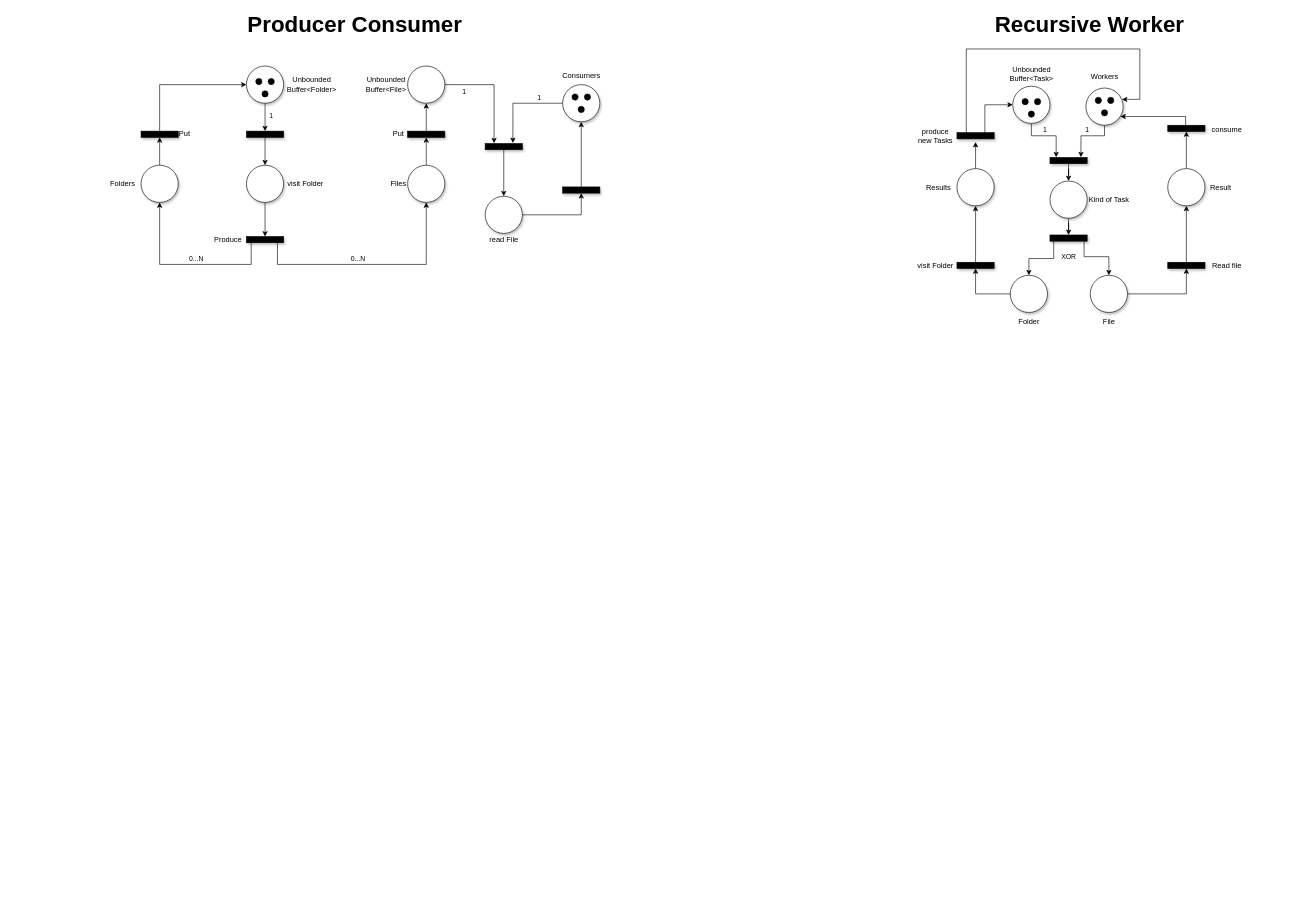
This is report/pcd-schemas.drawio from manuandru/pcd-assignment-01, a draw.io file, before an edit. Source tidied: cells renumbered, new cells numbered last; positions are measured from the earlier drawing's top-left corner, leaving out a move shared by most shapes. Both pictures are drawn from the tidied source at 62%, with x=0, y=0 at pixel (104, 14).
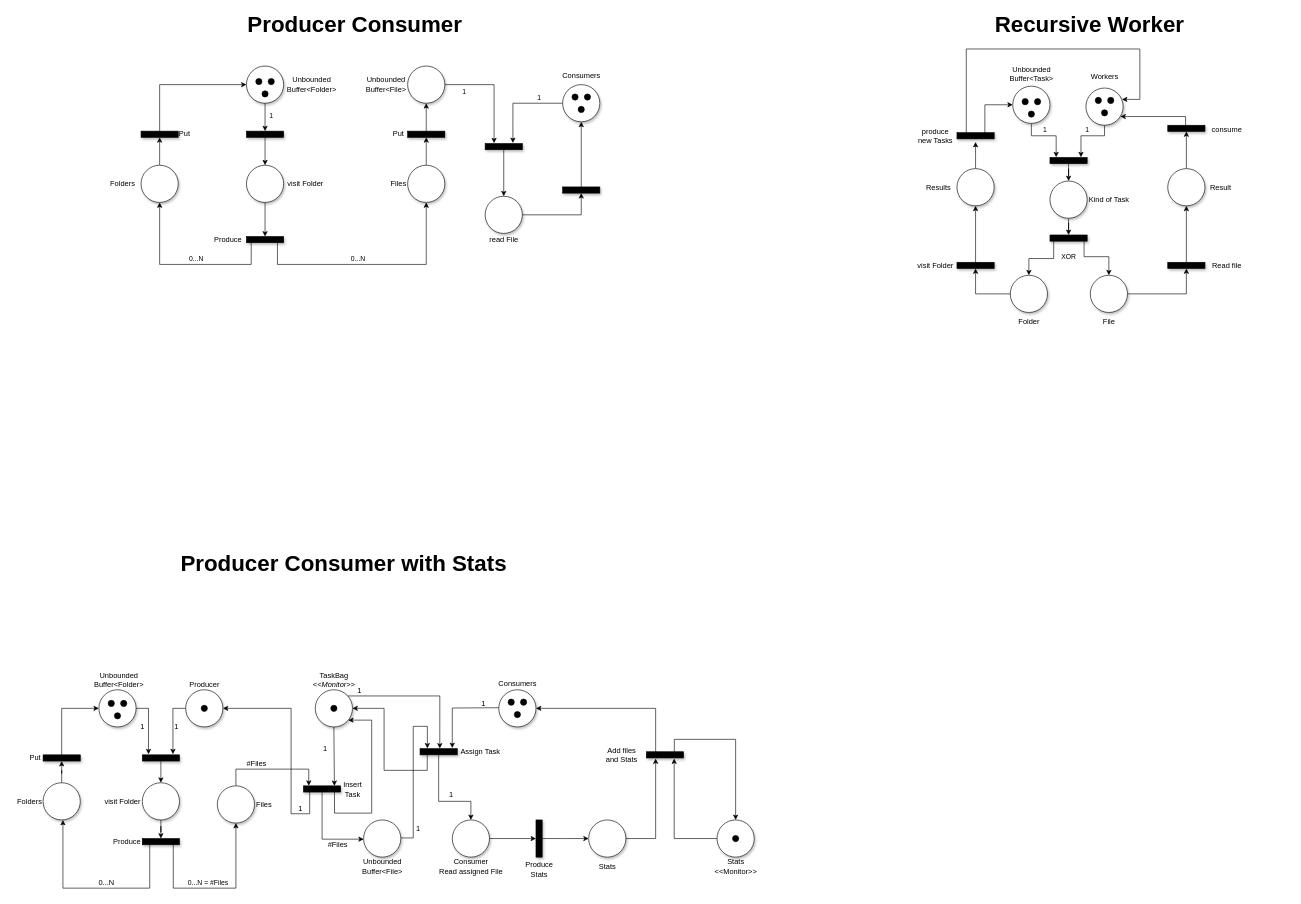
Above is the later version.

Commit message:
Aggiorna pcd-schemas.drawio con part-01 schema

Diff of the diagram source:
```diff
@@
+    <mxCell id="98" style="edgeStyle=orthogonalEdgeStyle;rounded=0;orthogonalLoop=1;jettySize=auto;html=1;exitX=0.904;exitY=0.813;exitDx=0;exitDy=0;exitPerimeter=0;entryX=0.5;entryY=1;entryDx=0;entryDy=0;" parent="1" edge="1">
+      <mxGeometry relative="1" as="geometry">
+        <mxPoint x="75.2" y="1338" as="sourcePoint" />
+        <mxPoint x="-66" y="1299" as="targetPoint" />
+        <Array as="points">
+          <mxPoint x="74" y="1338" />
+          <mxPoint x="74" y="1409" />
+          <mxPoint x="-66" y="1409" />
+        </Array>
+      </mxGeometry>
+    </mxCell>
+    <mxCell id="99" value="&lt;font style=&quot;font-size: 12px;&quot;&gt;0...N&lt;/font&gt;" style="edgeLabel;html=1;align=center;verticalAlign=middle;" parent="98" vertex="1">
+      <mxGeometry x="-0.15" relative="1" as="geometry">
+        <mxPoint x="-6" y="-10" as="offset" />
+      </mxGeometry>
+    </mxCell>
+    <mxCell id="100" style="edgeStyle=orthogonalEdgeStyle;rounded=0;jettySize=auto;html=1;entryX=0.5;entryY=1;entryDx=0;entryDy=0;" parent="1" edge="1" target="122">
+      <mxGeometry relative="1" as="geometry">
+        <mxPoint x="93" y="1334" as="sourcePoint" />
+        <Array as="points">
+          <mxPoint x="112" y="1334" />
+          <mxPoint x="112" y="1409" />
+          <mxPoint x="213" y="1409" />
+        </Array>
+      </mxGeometry>
+    </mxCell>
+    <mxCell id="101" style="html=1;points=[];perimeter=orthogonalPerimeter;fillColor=#000000;rotation=90;shadow=1;" parent="1" vertex="1">
+      <mxGeometry x="87" y="1304" width="10" height="60" as="geometry" />
+    </mxCell>
+    <mxCell id="102" style="edgeStyle=orthogonalEdgeStyle;rounded=0;jettySize=auto;html=1;" parent="1" edge="1" source="103" target="101">
+      <mxGeometry relative="1" as="geometry" />
+    </mxCell>
+    <mxCell id="103" style="ellipse;whiteSpace=wrap;html=1;strokeColor=#000000;fillColor=#FFFFFF;shadow=1;" parent="1" vertex="1">
+      <mxGeometry x="62" y="1239" width="60" height="60" as="geometry" />
+    </mxCell>
+    <mxCell id="104" style="edgeStyle=orthogonalEdgeStyle;rounded=0;jettySize=auto;html=1;" parent="1" edge="1" source="105" target="116">
+      <mxGeometry relative="1" as="geometry" />
+    </mxCell>
+    <mxCell id="105" style="ellipse;whiteSpace=wrap;html=1;strokeColor=#000000;fillColor=#FFFFFF;shadow=1;" parent="1" vertex="1">
+      <mxGeometry x="-98" y="1239" width="60" height="60" as="geometry" />
+    </mxCell>
+    <mxCell id="106" value="Produce" style="text;html=1;align=center;verticalAlign=middle;strokeColor=none;fillColor=none;" parent="1" vertex="1">
+      <mxGeometry x="2" y="1319" width="70" height="30" as="geometry" />
+    </mxCell>
+    <mxCell id="107" value="&lt;font style=&quot;font-size: 12px;&quot;&gt;1&lt;/font&gt;" style="edgeStyle=orthogonalEdgeStyle;rounded=0;jettySize=auto;html=1;exitX=1;exitY=0.5;exitDx=0;exitDy=0;" parent="1" edge="1" source="108">
+      <mxGeometry x="0.06" y="-10" relative="1" as="geometry">
+        <mxPoint x="72" y="1193" as="targetPoint" />
+        <Array as="points">
+          <mxPoint x="72" y="1119" />
+        </Array>
+      </mxGeometry>
+    </mxCell>
+    <mxCell id="108" style="ellipse;whiteSpace=wrap;html=1;strokeColor=#000000;fillColor=#FFFFFF;shadow=1;" parent="1" vertex="1">
+      <mxGeometry x="-8" y="1089" width="60" height="60" as="geometry" />
+    </mxCell>
+    <mxCell id="109" style="edgeStyle=orthogonalEdgeStyle;rounded=0;jettySize=auto;html=1;" parent="1" edge="1" source="110" target="103">
+      <mxGeometry relative="1" as="geometry">
+        <Array as="points">
+          <mxPoint x="92" y="1279" />
+        </Array>
+      </mxGeometry>
+    </mxCell>
+    <mxCell id="110" style="html=1;points=[];perimeter=orthogonalPerimeter;fillColor=#000000;rotation=90;shadow=1;" parent="1" vertex="1">
+      <mxGeometry x="87" y="1169" width="10" height="60" as="geometry" />
+    </mxCell>
+    <mxCell id="111" value="Unbounded&lt;br&gt;Buffer&amp;lt;File&amp;gt;" style="text;html=1;align=center;verticalAlign=middle;strokeColor=none;fillColor=none;" parent="1" vertex="1">
+      <mxGeometry x="404" y="1353.9" width="90" height="40" as="geometry" />
+    </mxCell>
+    <mxCell id="112" value="Unbounded&lt;br&gt;Buffer&amp;lt;Folder&amp;gt;" style="text;html=1;align=center;verticalAlign=middle;strokeColor=none;fillColor=none;" parent="1" vertex="1">
+      <mxGeometry x="-26" y="1053" width="100" height="40" as="geometry" />
+    </mxCell>
+    <mxCell id="113" value="Files" style="text;html=1;align=center;verticalAlign=middle;strokeColor=none;fillColor=none;" parent="1" vertex="1">
+      <mxGeometry x="233" y="1259" width="50" height="30" as="geometry" />
+    </mxCell>
+    <mxCell id="114" value="Folders" style="text;html=1;align=center;verticalAlign=middle;strokeColor=none;fillColor=none;" parent="1" vertex="1">
+      <mxGeometry x="-150" y="1254" width="60" height="30" as="geometry" />
+    </mxCell>
+    <mxCell id="115" style="edgeStyle=orthogonalEdgeStyle;rounded=0;jettySize=auto;html=1;entryX=0;entryY=0.5;entryDx=0;entryDy=0;" parent="1" edge="1" source="116" target="108">
+      <mxGeometry relative="1" as="geometry">
+        <Array as="points">
+          <mxPoint x="-68" y="1119" />
+        </Array>
+      </mxGeometry>
+    </mxCell>
+    <mxCell id="116" style="html=1;points=[];perimeter=orthogonalPerimeter;fillColor=#000000;rotation=90;shadow=1;" parent="1" vertex="1">
+      <mxGeometry x="-73" y="1169" width="10" height="60" as="geometry" />
+    </mxCell>
+    <mxCell id="117" value="Put" style="text;html=1;align=center;verticalAlign=middle;strokeColor=none;fillColor=none;" parent="1" vertex="1">
+      <mxGeometry x="-131" y="1184" width="40" height="30" as="geometry" />
+    </mxCell>
+    <mxCell id="118" style="ellipse;whiteSpace=wrap;html=1;strokeColor=#000000;fillColor=#000000;" parent="1" vertex="1">
+      <mxGeometry x="7" y="1106" width="10" height="10" as="geometry" />
+    </mxCell>
+    <mxCell id="119" style="ellipse;whiteSpace=wrap;html=1;strokeColor=#000000;fillColor=#000000;" parent="1" vertex="1">
+      <mxGeometry x="27" y="1106" width="10" height="10" as="geometry" />
+    </mxCell>
+    <mxCell id="120" style="ellipse;whiteSpace=wrap;html=1;strokeColor=#000000;fillColor=#000000;" parent="1" vertex="1">
+      <mxGeometry x="17" y="1126" width="10" height="10" as="geometry" />
+    </mxCell>
+    <mxCell id="121" style="edgeStyle=orthogonalEdgeStyle;rounded=0;jettySize=auto;html=1;entryX=-0.019;entryY=0.858;entryDx=0;entryDy=0;entryPerimeter=0;exitX=0.5;exitY=0;exitDx=0;exitDy=0;" parent="1" edge="1" source="122" target="140">
+      <mxGeometry relative="1" as="geometry">
+        <Array as="points">
+          <mxPoint x="242" y="1217" />
+          <mxPoint x="331" y="1217" />
+          <mxPoint x="331" y="1244" />
+        </Array>
+      </mxGeometry>
+    </mxCell>
+    <mxCell id="122" style="ellipse;whiteSpace=wrap;html=1;strokeColor=#000000;fillColor=#FFFFFF;shadow=1;" parent="1" vertex="1">
+      <mxGeometry x="183" y="1244" width="60" height="60" as="geometry" />
+    </mxCell>
+    <mxCell id="123" value="visit Folder" style="text;html=1;align=center;verticalAlign=middle;strokeColor=none;fillColor=none;" parent="1" vertex="1">
+      <mxGeometry x="-10" y="1254" width="80" height="30" as="geometry" />
+    </mxCell>
+    <mxCell id="124" style="edgeStyle=orthogonalEdgeStyle;rounded=0;jettySize=auto;html=1;entryX=-0.096;entryY=0.134;entryDx=0;entryDy=0;entryPerimeter=0;" parent="1" edge="1" target="150">
+      <mxGeometry relative="1" as="geometry">
+        <mxPoint x="637" y="1118" as="sourcePoint" />
+      </mxGeometry>
+    </mxCell>
+    <mxCell id="125" style="ellipse;whiteSpace=wrap;html=1;strokeColor=#000000;fillColor=#FFFFFF;shadow=1;" parent="1" vertex="1">
+      <mxGeometry x="637" y="1089" width="60" height="60" as="geometry" />
+    </mxCell>
+    <mxCell id="126" style="ellipse;whiteSpace=wrap;html=1;strokeColor=#000000;fillColor=#000000;" parent="1" vertex="1">
+      <mxGeometry x="652" y="1104" width="10" height="10" as="geometry" />
+    </mxCell>
+    <mxCell id="127" style="ellipse;whiteSpace=wrap;html=1;strokeColor=#000000;fillColor=#000000;" parent="1" vertex="1">
+      <mxGeometry x="672" y="1104" width="10" height="10" as="geometry" />
+    </mxCell>
+    <mxCell id="128" style="ellipse;whiteSpace=wrap;html=1;strokeColor=#000000;fillColor=#000000;" parent="1" vertex="1">
+      <mxGeometry x="662" y="1124" width="10" height="10" as="geometry" />
+    </mxCell>
+    <mxCell id="129" value="Consumers&lt;br&gt;" style="text;html=1;align=center;verticalAlign=middle;strokeColor=none;fillColor=none;" parent="1" vertex="1">
+      <mxGeometry x="627" y="1064" width="80" height="30" as="geometry" />
+    </mxCell>
+    <mxCell id="130" style="edgeStyle=orthogonalEdgeStyle;rounded=0;jettySize=auto;html=1;" parent="1" edge="1" source="131" target="165">
+      <mxGeometry relative="1" as="geometry" />
+    </mxCell>
+    <mxCell id="131" style="ellipse;whiteSpace=wrap;html=1;strokeColor=#000000;fillColor=#FFFFFF;shadow=1;" parent="1" vertex="1">
+      <mxGeometry x="562" y="1299" width="60" height="60" as="geometry" />
+    </mxCell>
+    <mxCell id="132" value="Produce&lt;br&gt;Stats" style="text;html=1;align=center;verticalAlign=middle;strokeColor=none;fillColor=none;" parent="1" vertex="1">
+      <mxGeometry x="667" y="1359" width="70" height="40" as="geometry" />
+    </mxCell>
+    <mxCell id="133" value="0...N = #Files" style="edgeLabel;html=1;align=center;verticalAlign=middle;" parent="1" vertex="1">
+      <mxGeometry x="167" y="1399" as="geometry" />
+    </mxCell>
+    <mxCell id="134" style="edgeStyle=orthogonalEdgeStyle;rounded=0;jettySize=auto;html=1;exitX=0.5;exitY=1;exitDx=0;exitDy=0;entryX=0.001;entryY=0.169;entryDx=0;entryDy=0;entryPerimeter=0;" parent="1" edge="1" source="136" target="140">
+      <mxGeometry relative="1" as="geometry">
+        <Array as="points">
+          <mxPoint x="372" y="1149" />
+          <mxPoint x="372" y="1243" />
+        </Array>
+      </mxGeometry>
+    </mxCell>
+    <mxCell id="135" style="edgeStyle=orthogonalEdgeStyle;rounded=0;jettySize=auto;html=1;entryX=-0.03;entryY=0.469;entryDx=0;entryDy=0;entryPerimeter=0;" parent="1" edge="1" source="136" target="150">
+      <mxGeometry relative="1" as="geometry">
+        <Array as="points">
+          <mxPoint x="542" y="1099" />
+        </Array>
+      </mxGeometry>
+    </mxCell>
+    <mxCell id="136" style="ellipse;whiteSpace=wrap;html=1;strokeColor=#000000;fillColor=#FFFFFF;shadow=1;" parent="1" vertex="1">
+      <mxGeometry x="341" y="1089" width="60" height="60" as="geometry" />
+    </mxCell>
+    <mxCell id="137" style="edgeStyle=orthogonalEdgeStyle;rounded=0;jettySize=auto;html=1;" parent="1" edge="1" source="140" target="136">
+      <mxGeometry relative="1" as="geometry">
+        <Array as="points">
+          <mxPoint x="372" y="1248" />
+          <mxPoint x="372" y="1288" />
+          <mxPoint x="432" y="1288" />
+          <mxPoint x="432" y="1138" />
+        </Array>
+      </mxGeometry>
+    </mxCell>
+    <mxCell id="138" style="edgeStyle=orthogonalEdgeStyle;rounded=0;jettySize=auto;html=1;" parent="1" edge="1" source="140">
+      <mxGeometry relative="1" as="geometry">
+        <mxPoint x="419.2" y="1330" as="targetPoint" />
+        <Array as="points">
+          <mxPoint x="352" y="1330" />
+        </Array>
+      </mxGeometry>
+    </mxCell>
+    <mxCell id="139" style="edgeStyle=orthogonalEdgeStyle;rounded=0;jettySize=auto;html=1;entryX=1;entryY=0.5;entryDx=0;entryDy=0;" parent="1" edge="1" source="140" target="155">
+      <mxGeometry relative="1" as="geometry">
+        <Array as="points">
+          <mxPoint x="332" y="1249" />
+          <mxPoint x="332" y="1289" />
+          <mxPoint x="302" y="1289" />
+          <mxPoint x="302" y="1119" />
+        </Array>
+      </mxGeometry>
+    </mxCell>
+    <mxCell id="140" style="html=1;points=[];perimeter=orthogonalPerimeter;fillColor=#000000;rotation=90;shadow=1;" parent="1" vertex="1">
+      <mxGeometry x="347" y="1219" width="10" height="60" as="geometry" />
+    </mxCell>
+    <mxCell id="141" style="ellipse;whiteSpace=wrap;html=1;strokeColor=#000000;fillColor=#000000;" parent="1" vertex="1">
+      <mxGeometry x="366" y="1114" width="10" height="10" as="geometry" />
+    </mxCell>
+    <mxCell id="142" value="TaskBag&lt;br&gt;&lt;i&gt;&amp;lt;&amp;lt;Monitor&amp;gt;&amp;gt;&lt;/i&gt;" style="text;html=1;align=center;verticalAlign=middle;strokeColor=none;fillColor=none;" parent="1" vertex="1">
+      <mxGeometry x="326" y="1053" width="90" height="40" as="geometry" />
+    </mxCell>
+    <mxCell id="143" value="#Files" style="text;html=1;align=center;verticalAlign=middle;strokeColor=none;fillColor=none;" parent="1" vertex="1">
+      <mxGeometry x="216" y="1194" width="60" height="30" as="geometry" />
+    </mxCell>
+    <mxCell id="144" value="1" style="text;html=1;align=center;verticalAlign=middle;strokeColor=none;fillColor=none;" parent="1" vertex="1">
+      <mxGeometry x="342" y="1169" width="30" height="30" as="geometry" />
+    </mxCell>
+    <mxCell id="145" style="edgeStyle=orthogonalEdgeStyle;rounded=0;orthogonalLoop=1;jettySize=auto;html=1;entryX=0.051;entryY=0.803;entryDx=0;entryDy=0;entryPerimeter=0;" parent="1" edge="1">
+      <mxGeometry relative="1" as="geometry">
+        <mxPoint x="479" y="1328" as="sourcePoint" />
+        <mxPoint x="521.8" y="1183.5" as="targetPoint" />
+        <Array as="points">
+          <mxPoint x="499" y="1328" />
+          <mxPoint x="499" y="1148" />
+          <mxPoint x="522" y="1148" />
+        </Array>
+      </mxGeometry>
+    </mxCell>
+    <mxCell id="146" style="ellipse;whiteSpace=wrap;html=1;strokeColor=#000000;fillColor=#FFFFFF;shadow=1;" parent="1" vertex="1">
+      <mxGeometry x="419" y="1299" width="60" height="60" as="geometry" />
+    </mxCell>
+    <mxCell id="147" value="#Files" style="text;html=1;align=center;verticalAlign=middle;strokeColor=none;fillColor=none;" parent="1" vertex="1">
+      <mxGeometry x="347" y="1323.9" width="60" height="30" as="geometry" />
+    </mxCell>
+    <mxCell id="148" style="edgeStyle=orthogonalEdgeStyle;rounded=0;jettySize=auto;html=1;exitX=1.007;exitY=0.806;exitDx=0;exitDy=0;exitPerimeter=0;" parent="1" edge="1" source="150" target="136">
+      <mxGeometry relative="1" as="geometry">
+        <Array as="points">
+          <mxPoint x="522" y="1219" />
+          <mxPoint x="452" y="1219" />
+          <mxPoint x="452" y="1119" />
+        </Array>
+      </mxGeometry>
+    </mxCell>
+    <mxCell id="149" style="edgeStyle=orthogonalEdgeStyle;rounded=0;jettySize=auto;html=1;" parent="1" edge="1" source="150" target="131">
+      <mxGeometry relative="1" as="geometry">
+        <Array as="points">
+          <mxPoint x="540" y="1269" />
+          <mxPoint x="592" y="1269" />
+        </Array>
+      </mxGeometry>
+    </mxCell>
+    <mxCell id="150" style="html=1;points=[];perimeter=orthogonalPerimeter;fillColor=#000000;rotation=90;shadow=1;" parent="1" vertex="1">
+      <mxGeometry x="535" y="1159" width="10" height="60" as="geometry" />
+    </mxCell>
+    <mxCell id="151" value="1" style="text;html=1;align=center;verticalAlign=middle;strokeColor=none;fillColor=none;" parent="1" vertex="1">
+      <mxGeometry x="597" y="1096" width="30" height="30" as="geometry" />
+    </mxCell>
+    <mxCell id="152" value="1" style="text;html=1;align=center;verticalAlign=middle;strokeColor=none;fillColor=none;" parent="1" vertex="1">
+      <mxGeometry x="397" y="1076" width="30" height="30" as="geometry" />
+    </mxCell>
+    <mxCell id="153" value="1" style="text;html=1;align=center;verticalAlign=middle;strokeColor=none;fillColor=none;" parent="1" vertex="1">
+      <mxGeometry x="492" y="1299" width="30" height="30" as="geometry" />
+    </mxCell>
+    <mxCell id="154" style="edgeStyle=orthogonalEdgeStyle;rounded=0;jettySize=auto;html=1;entryX=-0.111;entryY=0.176;entryDx=0;entryDy=0;entryPerimeter=0;" parent="1" edge="1" source="155" target="110">
+      <mxGeometry relative="1" as="geometry" />
+    </mxCell>
+    <mxCell id="155" style="ellipse;whiteSpace=wrap;html=1;strokeColor=#000000;fillColor=#FFFFFF;shadow=1;" parent="1" vertex="1">
+      <mxGeometry x="132" y="1089" width="60" height="60" as="geometry" />
+    </mxCell>
+    <mxCell id="156" value="Producer" style="text;html=1;align=center;verticalAlign=middle;strokeColor=none;fillColor=none;" parent="1" vertex="1">
+      <mxGeometry x="127" y="1066" width="70" height="30" as="geometry" />
+    </mxCell>
+    <mxCell id="157" style="ellipse;whiteSpace=wrap;html=1;strokeColor=#000000;fillColor=#000000;" parent="1" vertex="1">
+      <mxGeometry x="157" y="1114" width="10" height="10" as="geometry" />
+    </mxCell>
+    <mxCell id="158" value="1" style="text;html=1;align=center;verticalAlign=middle;strokeColor=none;fillColor=none;" parent="1" vertex="1">
+      <mxGeometry x="102" y="1134" width="30" height="30" as="geometry" />
+    </mxCell>
+    <mxCell id="159" value="1" style="text;html=1;align=center;verticalAlign=middle;strokeColor=none;fillColor=none;" parent="1" vertex="1">
+      <mxGeometry x="302" y="1266" width="30" height="30" as="geometry" />
+    </mxCell>
+    <mxCell id="160" value="Assign Task" style="text;html=1;align=center;verticalAlign=middle;strokeColor=none;fillColor=none;" parent="1" vertex="1">
+      <mxGeometry x="562" y="1174" width="90" height="30" as="geometry" />
+    </mxCell>
+    <mxCell id="161" value="Insert&lt;br&gt;Task" style="text;html=1;align=center;verticalAlign=middle;strokeColor=none;fillColor=none;" parent="1" vertex="1">
+      <mxGeometry x="376" y="1230" width="50" height="40" as="geometry" />
+    </mxCell>
+    <mxCell id="162" value="1" style="text;html=1;align=center;verticalAlign=middle;strokeColor=none;fillColor=none;" parent="1" vertex="1">
+      <mxGeometry x="545" y="1244" width="30" height="30" as="geometry" />
+    </mxCell>
+    <mxCell id="163" value="Consumer&lt;br&gt;Read assigned File" style="text;html=1;align=center;verticalAlign=middle;strokeColor=none;fillColor=none;" parent="1" vertex="1">
+      <mxGeometry x="527" y="1354" width="130" height="40" as="geometry" />
+    </mxCell>
+    <mxCell id="164" style="edgeStyle=orthogonalEdgeStyle;rounded=0;jettySize=auto;html=1;" parent="1" edge="1" source="165">
+      <mxGeometry relative="1" as="geometry">
+        <mxPoint x="782" y="1329" as="targetPoint" />
+      </mxGeometry>
+    </mxCell>
+    <mxCell id="165" style="html=1;points=[];perimeter=orthogonalPerimeter;fillColor=#000000;rotation=0;shadow=1;" parent="1" vertex="1">
+      <mxGeometry x="697" y="1299" width="10" height="60" as="geometry" />
+    </mxCell>
+    <mxCell id="166" style="edgeStyle=orthogonalEdgeStyle;rounded=0;jettySize=auto;html=1;" parent="1" edge="1" source="167">
+      <mxGeometry relative="1" as="geometry">
+        <mxPoint x="890" y="1200" as="targetPoint" />
+        <Array as="points">
+          <mxPoint x="890" y="1329" />
+        </Array>
+      </mxGeometry>
+    </mxCell>
+    <mxCell id="167" style="ellipse;whiteSpace=wrap;html=1;strokeColor=#000000;fillColor=#FFFFFF;shadow=1;" parent="1" vertex="1">
+      <mxGeometry x="782" y="1299" width="60" height="60" as="geometry" />
+    </mxCell>
+    <mxCell id="168" value="Stats" style="text;html=1;align=center;verticalAlign=middle;strokeColor=none;fillColor=none;" parent="1" vertex="1">
+      <mxGeometry x="787" y="1359" width="50" height="30" as="geometry" />
+    </mxCell>
+    <mxCell id="169" value="&lt;font style=&quot;font-size: 36px;&quot;&gt;&lt;b&gt;Producer Consumer with Stats&lt;br&gt;&lt;/b&gt;&lt;/font&gt;" style="text;html=1;strokeColor=none;fillColor=none;align=center;verticalAlign=middle;whiteSpace=wrap;rounded=0;" parent="1" vertex="1">
+      <mxGeometry x="62" y="870" width="650" height="30" as="geometry" />
+    </mxCell>
+    <mxCell id="170" style="edgeStyle=orthogonalEdgeStyle;rounded=0;jettySize=auto;html=1;entryX=1;entryY=0.5;entryDx=0;entryDy=0;" parent="1" edge="1" source="172" target="125">
+      <mxGeometry relative="1" as="geometry">
+        <Array as="points">
+          <mxPoint x="890" y="1194" />
+          <mxPoint x="890" y="1119" />
+        </Array>
+      </mxGeometry>
+    </mxCell>
+    <mxCell id="171" style="edgeStyle=orthogonalEdgeStyle;rounded=0;jettySize=auto;html=1;entryX=0.5;entryY=0;entryDx=0;entryDy=0;exitX=0;exitY=0.248;exitDx=0;exitDy=0;exitPerimeter=0;" parent="1" edge="1" source="172" target="174">
+      <mxGeometry relative="1" as="geometry" />
+    </mxCell>
+    <mxCell id="172" style="html=1;points=[];perimeter=orthogonalPerimeter;fillColor=#000000;rotation=90;shadow=1;" parent="1" vertex="1">
+      <mxGeometry x="900" y="1164" width="10" height="60" as="geometry" />
+    </mxCell>
+    <mxCell id="173" style="edgeStyle=orthogonalEdgeStyle;rounded=0;jettySize=auto;html=1;entryX=1.102;entryY=0.252;entryDx=0;entryDy=0;entryPerimeter=0;" parent="1" edge="1" target="172">
+      <mxGeometry relative="1" as="geometry">
+        <mxPoint x="989" y="1329" as="sourcePoint" />
+        <Array as="points">
+          <mxPoint x="920" y="1329" />
+        </Array>
+      </mxGeometry>
+    </mxCell>
+    <mxCell id="174" style="ellipse;whiteSpace=wrap;html=1;strokeColor=#000000;fillColor=#FFFFFF;shadow=1;" parent="1" vertex="1">
+      <mxGeometry x="989" y="1299" width="60" height="60" as="geometry" />
+    </mxCell>
+    <mxCell id="175" value="Stats&lt;br&gt;&amp;lt;&amp;lt;Monitor&amp;gt;&amp;gt;" style="text;html=1;align=center;verticalAlign=middle;strokeColor=none;fillColor=none;" parent="1" vertex="1">
+      <mxGeometry x="974" y="1354" width="90" height="40" as="geometry" />
+    </mxCell>
+    <mxCell id="176" value="Add files &lt;br&gt;and Stats" style="text;html=1;align=center;verticalAlign=middle;strokeColor=none;fillColor=none;" parent="1" vertex="1">
+      <mxGeometry x="800" y="1174" width="70" height="40" as="geometry" />
+    </mxCell>
+    <mxCell id="177" style="ellipse;whiteSpace=wrap;html=1;strokeColor=#000000;fillColor=#000000;" parent="1" vertex="1">
+      <mxGeometry x="1014" y="1324" width="10" height="10" as="geometry" />
+    </mxCell>
```
